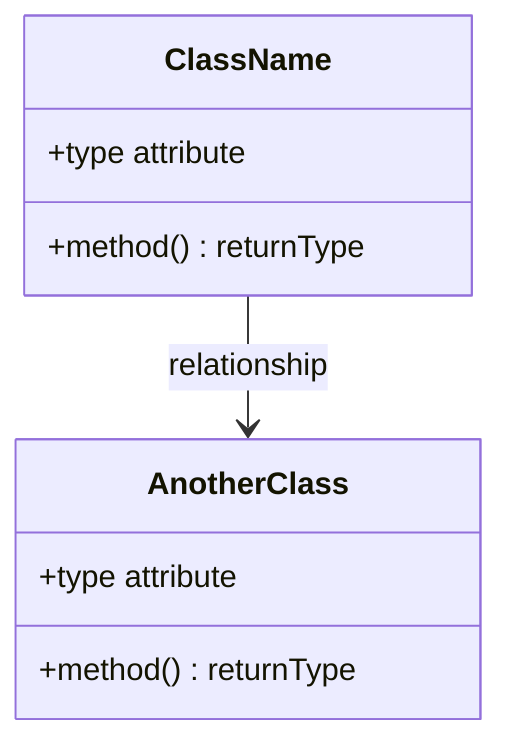
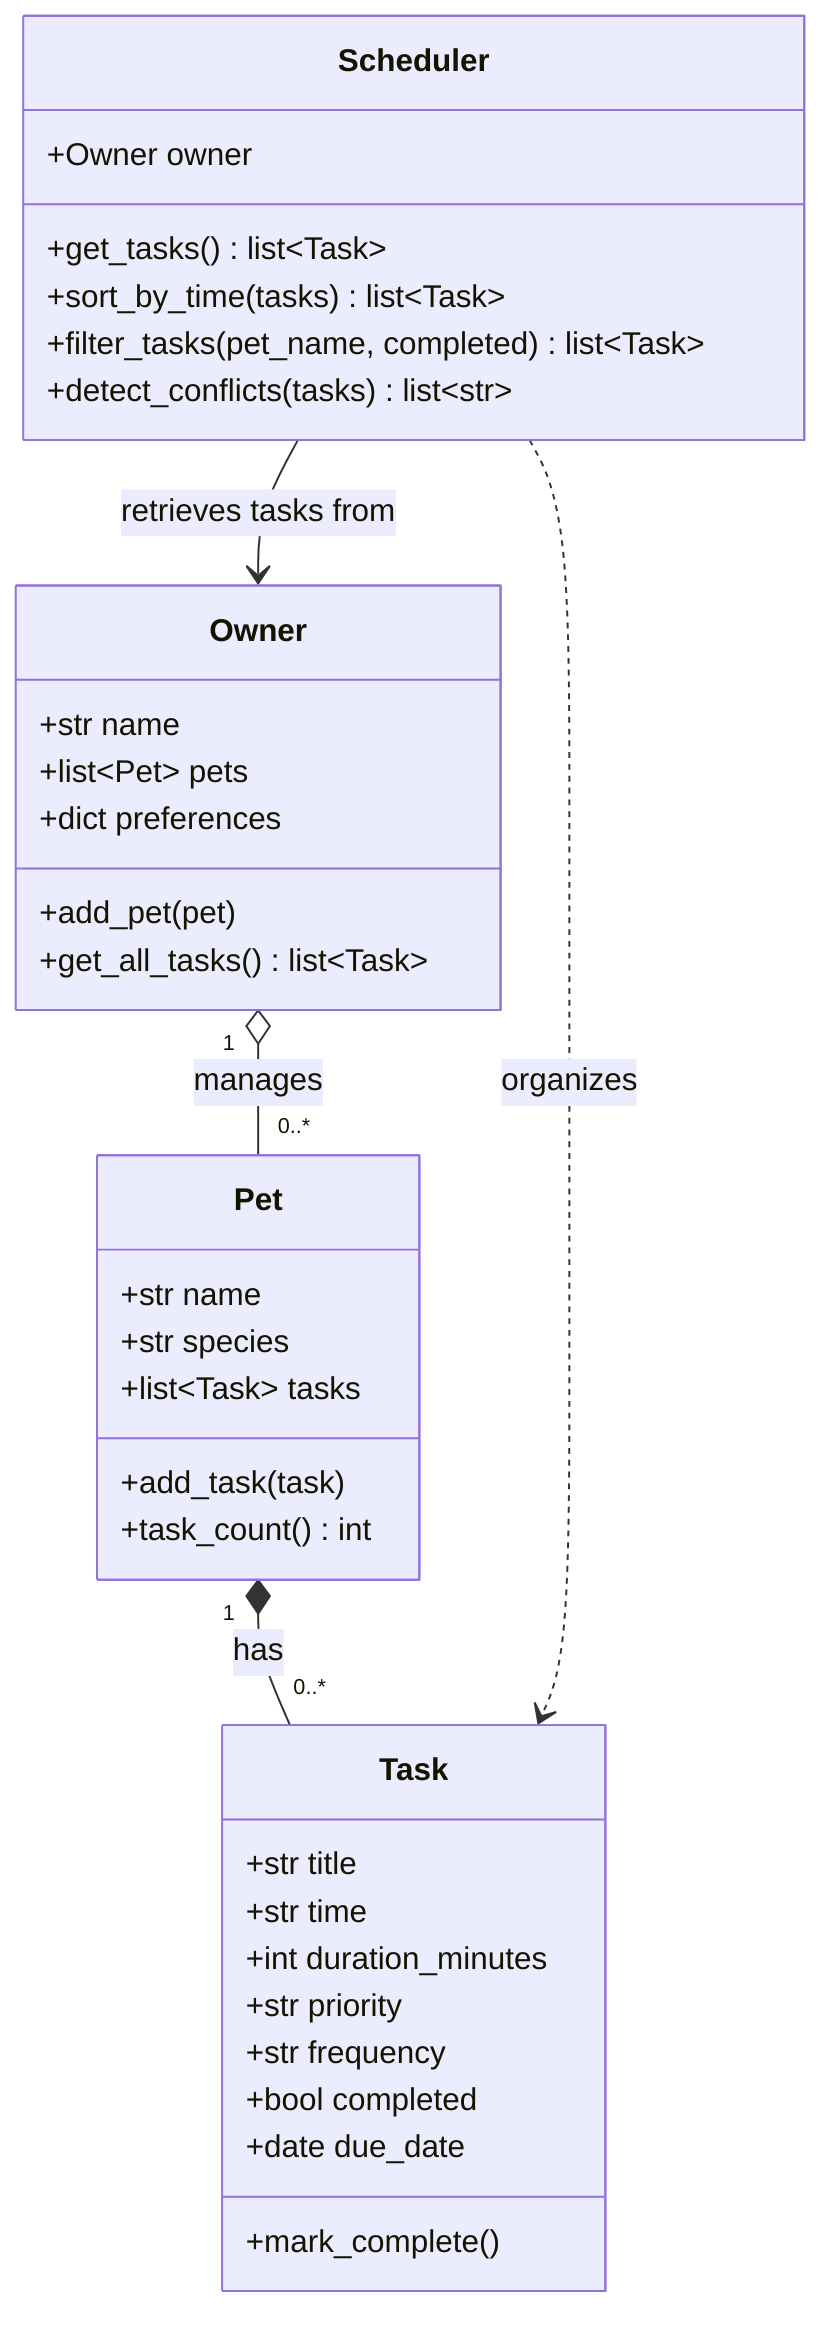
classDiagram
-     %% Replace the placeholders below with your actual classes, attributes, methods, and relationships.
-     %% Keep this file updated so it matches your final implementation.
- 
-     class ClassName {
-         +type attribute
-         +method() returnType
+     class Task {
+         +str title
+         +str time
+         +int duration_minutes
+         +str priority
+         +str frequency
+         +bool completed
+         +date due_date
+         +mark_complete()
    }

-     class AnotherClass {
-         +type attribute
-         +method() returnType
+     class Pet {
+         +str name
+         +str species
+         +list~Task~ tasks
+         +add_task(task)
+         +task_count() int
    }

-     ClassName --> AnotherClass : relationship
+     class Owner {
+         +str name
+         +list~Pet~ pets
+         +dict preferences
+         +add_pet(pet)
+         +get_all_tasks() list~Task~
+     }
+ 
+     class Scheduler {
+         +Owner owner
+         +get_tasks() list~Task~
+         +sort_by_time(tasks) list~Task~
+         +filter_tasks(pet_name, completed) list~Task~
+         +detect_conflicts(tasks) list~str~
+     }
+ 
+     Owner "1" o-- "0..*" Pet : manages
+     Pet "1" *-- "0..*" Task : has
+     Scheduler --> Owner : retrieves tasks from
+     Scheduler ..> Task : organizes
